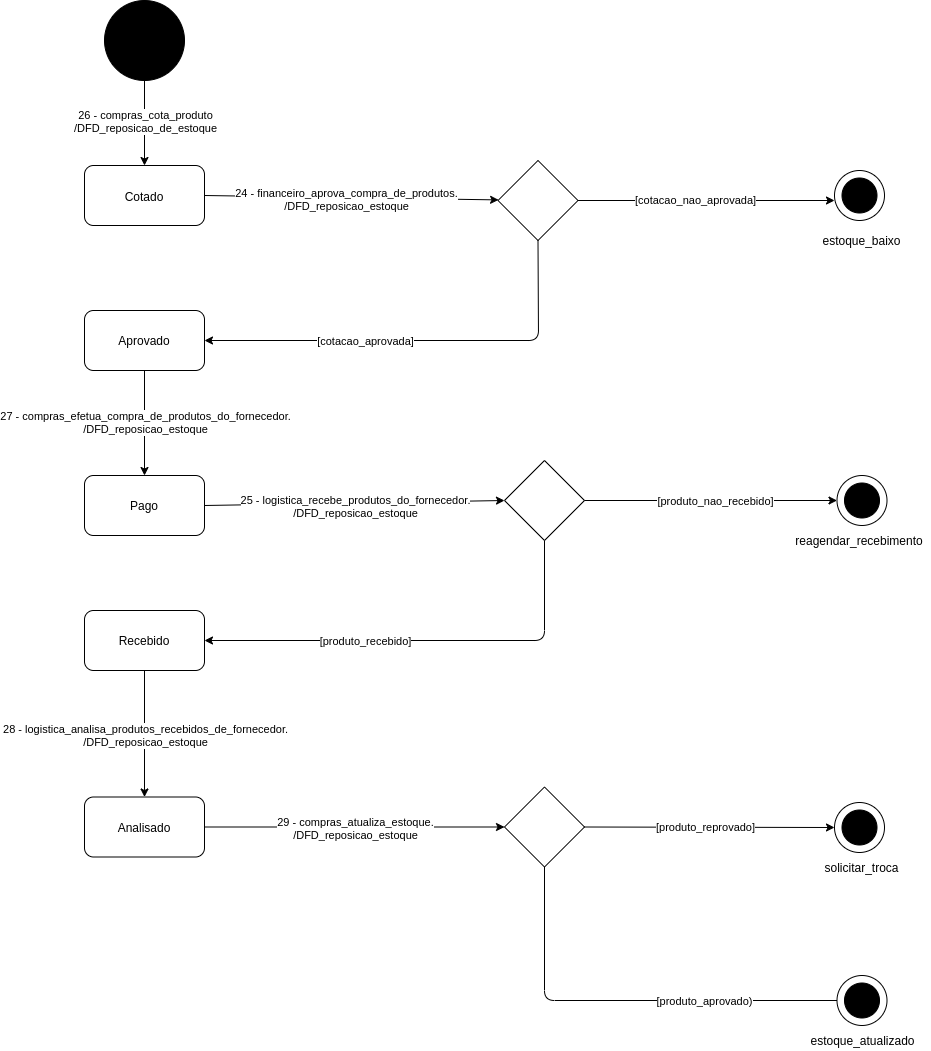
The draw.io diagram 21. Análise do ciclo de vida/estoque.png in wesley-usr-impacta/ope_impacta, before a commit. Source tidied: cells renumbered, new cells last; positions are measured from the earlier drawing's top-left corner, leaving out a move shared by most shapes.
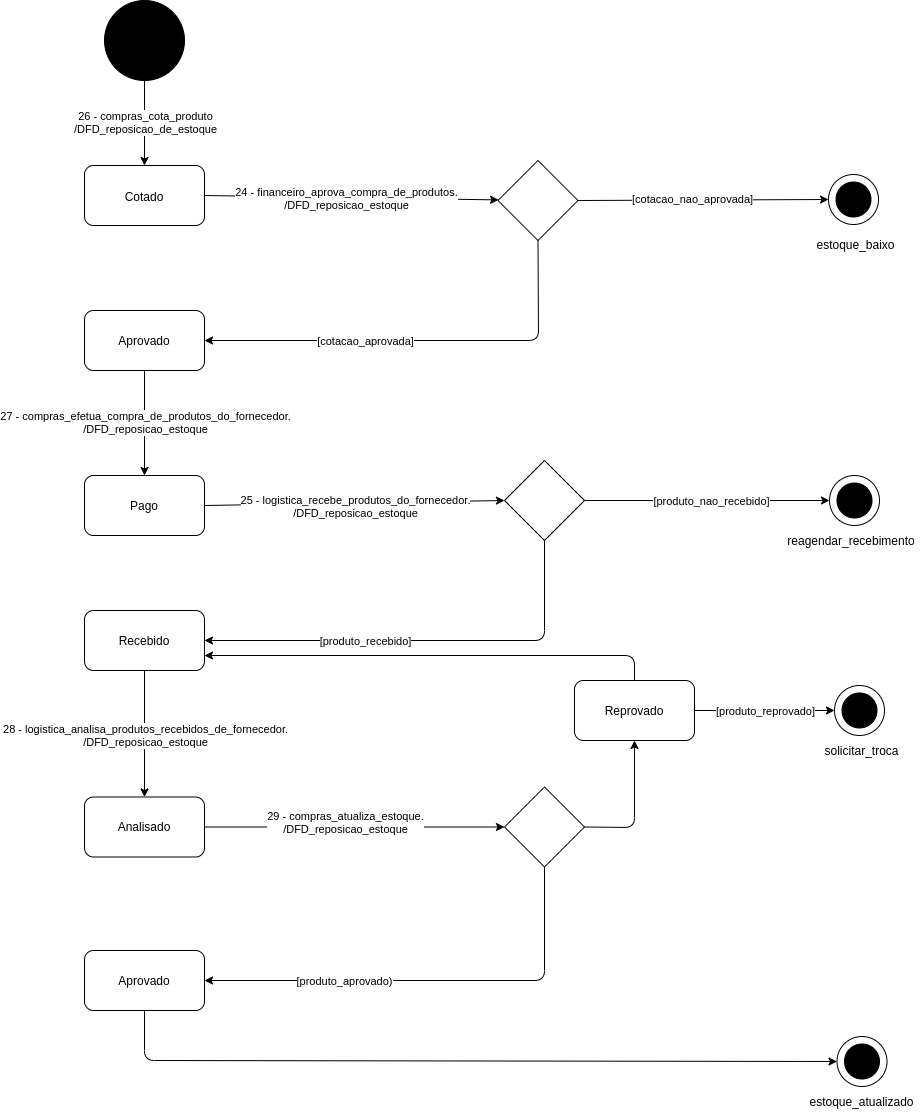
The same file after the commit.

Commit message:
revisado_Fabio

Diff of the diagram source:
```diff
@@ -3,28 +3,28 @@
     <mxCell id="0" />
     <mxCell id="1" parent="0" />
     <mxCell id="2" style="rhombus;whiteSpace=wrap;html=1;" parent="1" vertex="1">
-      <mxGeometry x="413.5" y="160" width="80" height="80" as="geometry" />
+      <mxGeometry x="-76.5" y="150" width="80" height="80" as="geometry" />
     </mxCell>
     <mxCell id="3" style="rounded=1;whiteSpace=wrap;html=1;" parent="1" vertex="1">
-      <mxGeometry y="165" width="120" height="60" as="geometry" />
+      <mxGeometry x="-490" y="155" width="120" height="60" as="geometry" />
     </mxCell>
     <mxCell id="4" style="ellipse;whiteSpace=wrap;html=1;fillColor=#FFFFFF;" parent="1" vertex="1">
-      <mxGeometry x="750" y="170" width="50" height="50" as="geometry" />
+      <mxGeometry x="254" y="164" width="50" height="50" as="geometry" />
     </mxCell>
     <mxCell id="5" style="ellipse;whiteSpace=wrap;html=1;fillColor=#000000;" parent="1" vertex="1">
-      <mxGeometry x="20" width="80" height="80" as="geometry" />
+      <mxGeometry x="-470" y="-10" width="80" height="80" as="geometry" />
     </mxCell>
     <mxCell id="6" style="ellipse;whiteSpace=wrap;html=1;fillColor=#000000;" parent="1" vertex="1">
-      <mxGeometry x="757.5" y="177.5" width="35" height="35" as="geometry" />
+      <mxGeometry x="261.5" y="171.5" width="35" height="35" as="geometry" />
     </mxCell>
     <mxCell id="7" value="Pago" style="rounded=1;whiteSpace=wrap;html=1;" parent="1" vertex="1">
-      <mxGeometry y="475" width="120" height="60" as="geometry" />
+      <mxGeometry x="-490" y="465" width="120" height="60" as="geometry" />
     </mxCell>
     <mxCell id="8" value="Aprovado" style="rounded=1;whiteSpace=wrap;html=1;" parent="1" vertex="1">
-      <mxGeometry y="310" width="120" height="60" as="geometry" />
+      <mxGeometry x="-490" y="300" width="120" height="60" as="geometry" />
     </mxCell>
     <mxCell id="9" value="Cotado" style="text;html=1;strokeColor=none;fillColor=none;align=center;verticalAlign=middle;whiteSpace=wrap;rounded=0;" parent="1" vertex="1">
-      <mxGeometry x="40" y="186.5" width="40" height="18.5" as="geometry" />
+      <mxGeometry x="-450" y="176.5" width="40" height="18.5" as="geometry" />
     </mxCell>
     <mxCell id="10" style="endArrow=classic;html=1;entryX=0.5;entryY=0;entryDx=0;entryDy=0;exitX=0.5;exitY=1;exitDx=0;exitDy=0;" parent="1" edge="1" source="5" target="3">
       <mxGeometry relative="1" as="geometry" />
@@ -42,10 +42,8 @@
         <mxPoint x="51" y="2.5" as="offset" />
       </mxGeometry>
     </mxCell>
-    <mxCell id="14" style="endArrow=classic;html=1;exitX=1;exitY=0.5;exitDx=0;exitDy=0;" parent="1" edge="1" source="2">
-      <mxGeometry relative="1" as="geometry">
-        <mxPoint x="750" y="200" as="targetPoint" />
-      </mxGeometry>
+    <mxCell id="14" style="endArrow=classic;html=1;exitX=1;exitY=0.5;exitDx=0;exitDy=0;entryX=0;entryY=0.5;entryDx=0;entryDy=0;" parent="1" edge="1" source="2" target="4">
+      <mxGeometry relative="1" as="geometry" />
     </mxCell>
     <mxCell id="15" value="[cotacao_nao_aprovada]" style="edgeLabel;html=1;align=center;verticalAlign=middle;" parent="14" vertex="1">
       <mxGeometry x="-0.09" y="1" relative="1" as="geometry" />
@@ -53,7 +51,7 @@
     <mxCell id="16" style="endArrow=classic;html=1;entryX=1;entryY=0.5;entryDx=0;entryDy=0;exitX=0.5;exitY=1;exitDx=0;exitDy=0;" parent="1" edge="1" source="2" target="8">
       <mxGeometry relative="1" as="geometry">
         <Array as="points">
-          <mxPoint x="454" y="340" />
+          <mxPoint x="-36" y="330" />
         </Array>
       </mxGeometry>
     </mxCell>
@@ -71,10 +69,10 @@
       </mxGeometry>
     </mxCell>
     <mxCell id="20" value="estoque_baixo" style="text;html=1;strokeColor=none;fillColor=none;align=center;verticalAlign=middle;whiteSpace=wrap;rounded=0;" parent="1" vertex="1">
-      <mxGeometry x="731.2" y="230" width="92.5" height="20" as="geometry" />
+      <mxGeometry x="235.2" y="224" width="92.5" height="20" as="geometry" />
     </mxCell>
     <mxCell id="21" style="rhombus;whiteSpace=wrap;html=1;" parent="1" vertex="1">
-      <mxGeometry x="420" y="460" width="80" height="80" as="geometry" />
+      <mxGeometry x="-70" y="450" width="80" height="80" as="geometry" />
     </mxCell>
     <mxCell id="22" style="endArrow=classic;html=1;exitX=1;exitY=0.5;exitDx=0;exitDy=0;entryX=0;entryY=0.5;entryDx=0;entryDy=0;" parent="1" edge="1" source="7" target="21">
       <mxGeometry relative="1" as="geometry" />
@@ -85,13 +83,13 @@
       </mxGeometry>
     </mxCell>
     <mxCell id="24" style="ellipse;whiteSpace=wrap;html=1;fillColor=#FFFFFF;" parent="1" vertex="1">
-      <mxGeometry x="752.5" y="475" width="50" height="50" as="geometry" />
+      <mxGeometry x="255" y="465" width="50" height="50" as="geometry" />
     </mxCell>
     <mxCell id="25" style="ellipse;whiteSpace=wrap;html=1;fillColor=#000000;" parent="1" vertex="1">
-      <mxGeometry x="760" y="482.5" width="35" height="35" as="geometry" />
+      <mxGeometry x="262.5" y="472.5" width="35" height="35" as="geometry" />
     </mxCell>
     <mxCell id="26" value="reagendar_recebimento" style="text;html=1;strokeColor=none;fillColor=none;align=center;verticalAlign=middle;whiteSpace=wrap;rounded=0;" parent="1" vertex="1">
-      <mxGeometry x="705" y="530" width="140" height="20" as="geometry" />
+      <mxGeometry x="207.5" y="520" width="140" height="20" as="geometry" />
     </mxCell>
     <mxCell id="27" style="endArrow=classic;html=1;exitX=1;exitY=0.5;exitDx=0;exitDy=0;entryX=0;entryY=0.5;entryDx=0;entryDy=0;" parent="1" edge="1" source="21" target="24">
       <mxGeometry relative="1" as="geometry" />
@@ -102,12 +100,12 @@
       </mxGeometry>
     </mxCell>
     <mxCell id="29" value="Recebido" style="rounded=1;whiteSpace=wrap;html=1;" parent="1" vertex="1">
-      <mxGeometry y="610" width="120" height="60" as="geometry" />
+      <mxGeometry x="-490" y="600" width="120" height="60" as="geometry" />
     </mxCell>
     <mxCell id="30" style="endArrow=classic;html=1;entryX=1;entryY=0.5;entryDx=0;entryDy=0;exitX=0.5;exitY=1;exitDx=0;exitDy=0;" parent="1" edge="1" source="21" target="29">
       <mxGeometry relative="1" as="geometry">
         <Array as="points">
-          <mxPoint x="460" y="640" />
+          <mxPoint x="-30" y="630" />
         </Array>
       </mxGeometry>
     </mxCell>
@@ -125,56 +123,83 @@
       </mxGeometry>
     </mxCell>
     <mxCell id="34" style="ellipse;whiteSpace=wrap;html=1;fillColor=#FFFFFF;" parent="1" vertex="1">
-      <mxGeometry x="750" y="802" width="50" height="50" as="geometry" />
+      <mxGeometry x="260" y="675" width="50" height="50" as="geometry" />
     </mxCell>
     <mxCell id="35" style="ellipse;whiteSpace=wrap;html=1;fillColor=#000000;" parent="1" vertex="1">
-      <mxGeometry x="757.5" y="809.5" width="35" height="35" as="geometry" />
+      <mxGeometry x="267.5" y="682.5" width="35" height="35" as="geometry" />
     </mxCell>
     <mxCell id="36" value="Analisado" style="rounded=1;whiteSpace=wrap;html=1;" parent="1" vertex="1">
-      <mxGeometry y="796.5" width="120" height="60" as="geometry" />
+      <mxGeometry x="-490" y="786.5" width="120" height="60" as="geometry" />
     </mxCell>
     <mxCell id="37" style="rhombus;whiteSpace=wrap;html=1;" parent="1" vertex="1">
-      <mxGeometry x="420" y="786.5" width="80" height="80" as="geometry" />
+      <mxGeometry x="-70" y="776.5" width="80" height="80" as="geometry" />
     </mxCell>
     <mxCell id="38" style="endArrow=classic;html=1;entryX=0;entryY=0.5;entryDx=0;entryDy=0;exitX=1;exitY=0.5;exitDx=0;exitDy=0;" parent="1" edge="1" source="36" target="37">
       <mxGeometry relative="1" as="geometry" />
     </mxCell>
-    <mxCell id="39" style="endArrow=classic;html=1;entryX=0;entryY=0.5;entryDx=0;entryDy=0;exitX=1;exitY=0.5;exitDx=0;exitDy=0;" parent="1" edge="1" source="37" target="34">
-      <mxGeometry relative="1" as="geometry" />
-    </mxCell>
-    <mxCell id="40" value="[produto_reprovado]" style="edgeLabel;html=1;align=center;verticalAlign=middle;" parent="39" vertex="1">
-      <mxGeometry x="0.45" y="1" relative="1" as="geometry">
-        <mxPoint x="-61" y="0.6" as="offset" />
-      </mxGeometry>
-    </mxCell>
-    <mxCell id="41" style="endArrow=classic;html=1;entryX=1;entryY=0.5;entryDx=0;entryDy=0;exitX=0.5;exitY=1;exitDx=0;exitDy=0;" parent="1" edge="1" source="37" target="44">
+    <mxCell id="41" style="endArrow=classic;html=1;entryX=1;entryY=0.5;entryDx=0;entryDy=0;exitX=0.5;exitY=1;exitDx=0;exitDy=0;" parent="1" edge="1" source="37" target="48">
       <mxGeometry relative="1" as="geometry">
         <Array as="points">
-          <mxPoint x="460" y="1000" />
+          <mxPoint x="-30" y="970" />
         </Array>
       </mxGeometry>
     </mxCell>
     <mxCell id="42" value="29 -&amp;nbsp;compras_atualiza_estoque.&lt;br&gt;/DFD_reposicao_estoque" style="edgeLabel;html=1;align=center;verticalAlign=middle;" parent="41" vertex="1">
       <mxGeometry x="-0.56" relative="1" as="geometry">
-        <mxPoint x="-190" y="-144" as="offset" />
+        <mxPoint x="-200" y="-144" as="offset" />
       </mxGeometry>
     </mxCell>
     <mxCell id="43" value="[produto_aprovado)" style="edgeLabel;html=1;align=center;verticalAlign=middle;" parent="41" vertex="1">
       <mxGeometry x="0.17" relative="1" as="geometry">
-        <mxPoint x="14.5" as="offset" />
+        <mxPoint x="-48.4" as="offset" />
       </mxGeometry>
     </mxCell>
     <mxCell id="44" style="ellipse;whiteSpace=wrap;html=1;fillColor=#FFFFFF;" parent="1" vertex="1">
-      <mxGeometry x="752.5" y="975" width="50" height="50" as="geometry" />
+      <mxGeometry x="262.5" y="1026" width="50" height="50" as="geometry" />
     </mxCell>
     <mxCell id="45" style="ellipse;whiteSpace=wrap;html=1;fillColor=#000000;" parent="1" vertex="1">
-      <mxGeometry x="760" y="982.5" width="35" height="35" as="geometry" />
+      <mxGeometry x="270" y="1033.5" width="35" height="35" as="geometry" />
     </mxCell>
     <mxCell id="46" value="estoque_atualizado" style="text;html=1;align=center;verticalAlign=middle;" parent="1" vertex="1">
-      <mxGeometry x="717.5" y="1030" width="120" height="20" as="geometry" />
+      <mxGeometry x="227.5" y="1081" width="120" height="20" as="geometry" />
     </mxCell>
     <mxCell id="47" value="solicitar_troca" style="text;html=1;strokeColor=none;fillColor=none;align=center;verticalAlign=middle;whiteSpace=wrap;rounded=0;" parent="1" vertex="1">
-      <mxGeometry x="735" y="856.5" width="85" height="20" as="geometry" />
+      <mxGeometry x="245" y="729.5" width="85" height="20" as="geometry" />
     </mxCell>
+    <mxCell id="48" value="Aprovado" style="rounded=1;whiteSpace=wrap;html=1;" parent="1" vertex="1">
+      <mxGeometry x="-490" y="940" width="120" height="60" as="geometry" />
+    </mxCell>
+    <mxCell id="49" style="endArrow=classic;html=1;exitX=0.5;exitY=1;exitDx=0;exitDy=0;entryX=0;entryY=0.5;entryDx=0;entryDy=0;" parent="1" edge="1" source="48" target="44">
+      <mxGeometry relative="1" as="geometry">
+        <Array as="points">
+          <mxPoint x="-430" y="1050" />
+        </Array>
+      </mxGeometry>
+    </mxCell>
+    <mxCell id="50" value="Reprovado" style="rounded=1;whiteSpace=wrap;html=1;" parent="1" vertex="1">
+      <mxGeometry y="670" width="120" height="60" as="geometry" />
+    </mxCell>
+    <mxCell id="51" style="endArrow=classic;html=1;entryX=1;entryY=0.75;entryDx=0;entryDy=0;exitX=0.5;exitY=0;exitDx=0;exitDy=0;" parent="1" edge="1" source="50" target="29">
+      <mxGeometry relative="1" as="geometry">
+        <Array as="points">
+          <mxPoint x="60" y="645" />
+        </Array>
+      </mxGeometry>
+    </mxCell>
+    <mxCell id="52" style="endArrow=classic;html=1;entryX=0;entryY=0.5;entryDx=0;entryDy=0;exitX=1;exitY=0.5;exitDx=0;exitDy=0;startArrow=none;startFill=0;" parent="1" edge="1" source="50" target="34">
+      <mxGeometry relative="1" as="geometry" />
+    </mxCell>
+    <mxCell id="40" value="[produto_reprovado]" style="edgeLabel;html=1;align=center;verticalAlign=middle;" parent="52" vertex="1">
+      <mxGeometry x="-0.62" relative="1" as="geometry">
+        <mxPoint x="43.3" as="offset" />
+      </mxGeometry>
+    </mxCell>
+    <mxCell id="53" style="endArrow=classic;html=1;exitX=1;exitY=0.5;exitDx=0;exitDy=0;entryX=0.5;entryY=1;entryDx=0;entryDy=0;" parent="1" edge="1" source="37" target="50">
+      <mxGeometry relative="1" as="geometry">
+        <Array as="points">
+          <mxPoint x="60" y="817" />
+        </Array>
+      </mxGeometry>
+    </mxCell>
   </root>
 </mxGraphModel>
```
